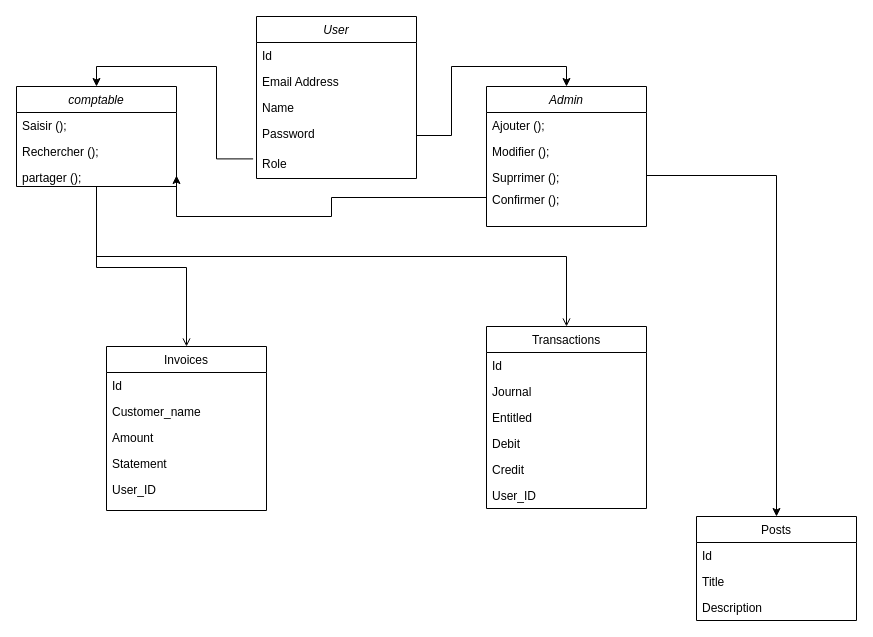
Earlier version of the draw.io diagram Untitled Diagram.drawio (Fitahsoufian/Projet-Fin-d-tudes). Source tidied: cells renumbered, new cells numbered last; positions are measured from the earlier drawing's top-left corner, leaving out a move shared by most shapes. Both pictures are drawn from the tidied source at 100%, with x=0, y=0 at pixel (16, 16).
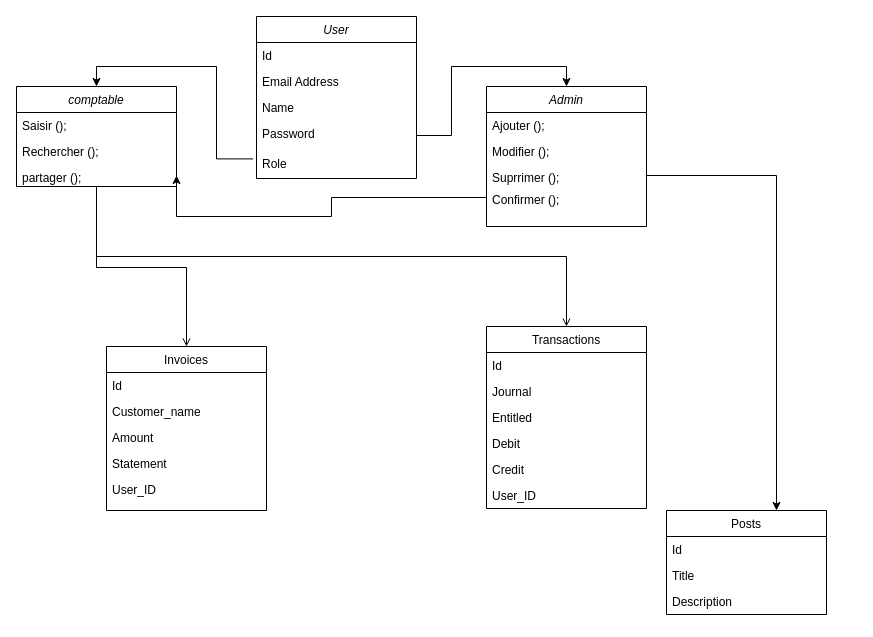
The same page after the edit.

Unchanged cells that the change refers to:
```xml
<mxCell id="34" value="Suprrimer ();" style="text;align=left;verticalAlign=top;spacingLeft=4;spacingRight=4;overflow=hidden;points=[[0,0.5],[1,0.5]];portConstraint=eastwest;rounded=0;shadow=0;html=0;" parent="31" vertex="1">
  <mxGeometry y="78" width="160" height="22" as="geometry" />
</mxCell>
```

Change to the diagram source:
```diff
@@
     <mxCell id="14" value="Posts" style="swimlane;fontStyle=0;align=center;verticalAlign=top;horizontal=1;startSize=26;rounded=0;shadow=0;strokeWidth=1;" parent="1" vertex="1">
-      <mxGeometry x="680" y="500" width="160" height="104" as="geometry" />
+      <mxGeometry x="650" y="494" width="160" height="104" as="geometry" />
     </mxCell>
@@
-    <mxCell id="37" style="edgeStyle=orthogonalEdgeStyle;rounded=0;jettySize=auto;html=1;exitX=1;exitY=0.5;exitDx=0;exitDy=0;entryX=0.5;entryY=0;entryDx=0;entryDy=0;" parent="1" edge="1" source="34" target="14">
+    <mxCell id="37" style="edgeStyle=orthogonalEdgeStyle;rounded=0;jettySize=auto;html=1;exitX=1;exitY=0.5;exitDx=0;exitDy=0;" parent="1" edge="1" source="34">
       <mxGeometry relative="1" as="geometry">
+        <mxPoint x="760" y="494" as="targetPoint" />
         <Array as="points">
           <mxPoint x="760" y="159" />
         </Array>
       </mxGeometry>
     </mxCell>
```
